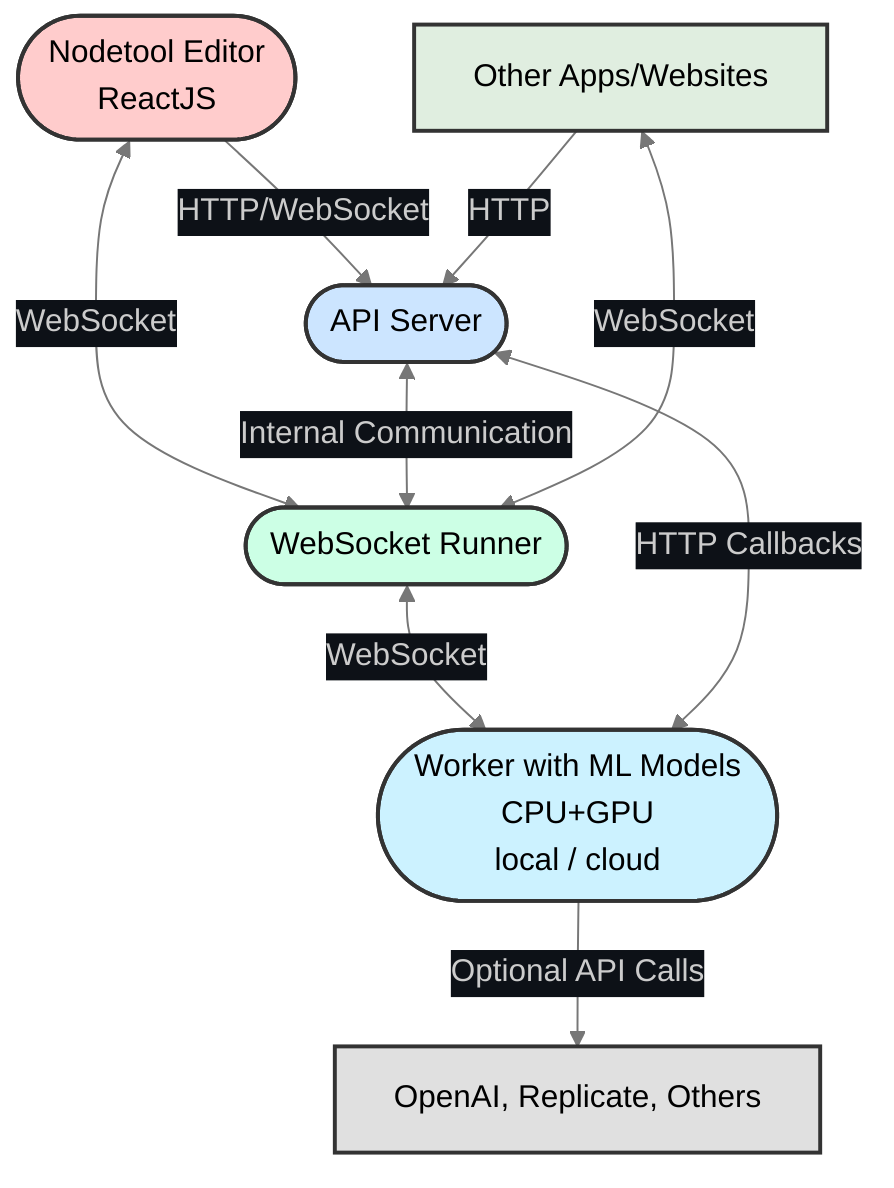
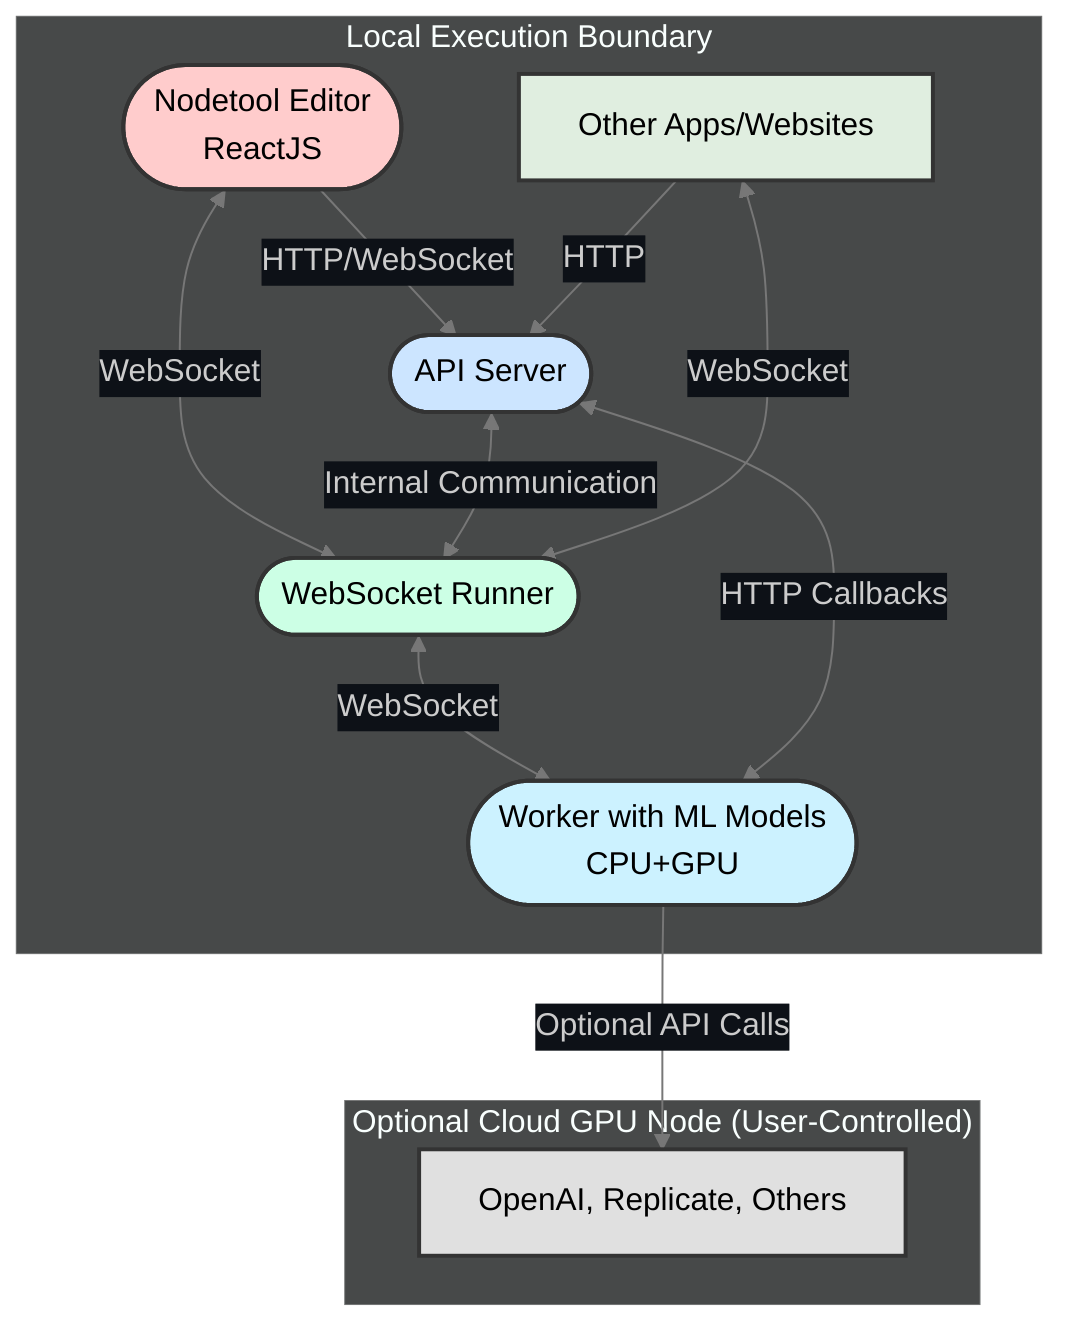
%%{init: {'theme': 'dark', 'themeVariables': { 'primaryColor': '#0d1117', 'edgeLabelBackground': '#0d1117', 'lineColor': '#777', 'edgeLabelColor': '#777' }}}%%

graph TD
- A([Nodetool Editor<br>ReactJS]) -->|HTTP/WebSocket| B([API Server])
- A <-->|WebSocket| C([WebSocket Runner])
- B <-->|Internal Communication| C
- C <-->|WebSocket| D([Worker with ML Models<br> CPU+GPU <br>local / cloud])
- D <-->|HTTP Callbacks| B
- E[Other Apps/Websites] -->|HTTP| B
- E <-->|WebSocket| C
- D -->|Optional API Calls| F[OpenAI, Replicate, Others]
+   subgraph "Local Execution Boundary"
+     A([Nodetool Editor<br>ReactJS]) -->|HTTP/WebSocket| B([API Server])
+     A <-->|WebSocket| C([WebSocket Runner])
+     B <-->|Internal Communication| C
+     C <-->|WebSocket| D([Worker with ML Models<br>CPU+GPU])
+     D <-->|HTTP Callbacks| B
+     E[Other Apps/Websites] -->|HTTP| B
+     E <-->|WebSocket| C
+   end
+   subgraph "Optional Cloud GPU Node (User-Controlled)"
+     D -->|Optional API Calls| F[OpenAI, Replicate, Others]
+   end


    classDef default fill:#e0eee0,stroke:#333,stroke-width:2px,color:#000;
    classDef frontend fill:#ffcccc,stroke:#333,stroke-width:2px,color:#000;
    classDef server fill:#cce5ff,stroke:#333,stroke-width:2px,color:#000;
    classDef runner fill:#ccffe5,stroke:#333,stroke-width:2px,color:#000;
    classDef worker fill:#ccf2ff,stroke:#333,stroke-width:2px,color:#000;
    classDef api fill:#e0e0e0,stroke:#333,stroke-width:2px,color:#000;
    classDef darkgray fill:#a9a9a9,stroke:#333,stroke-width:2px,color:#000;


    class A frontend;
    class B server;
    class C runner;
    class D worker;
    class E other;
    class F,G,H api;